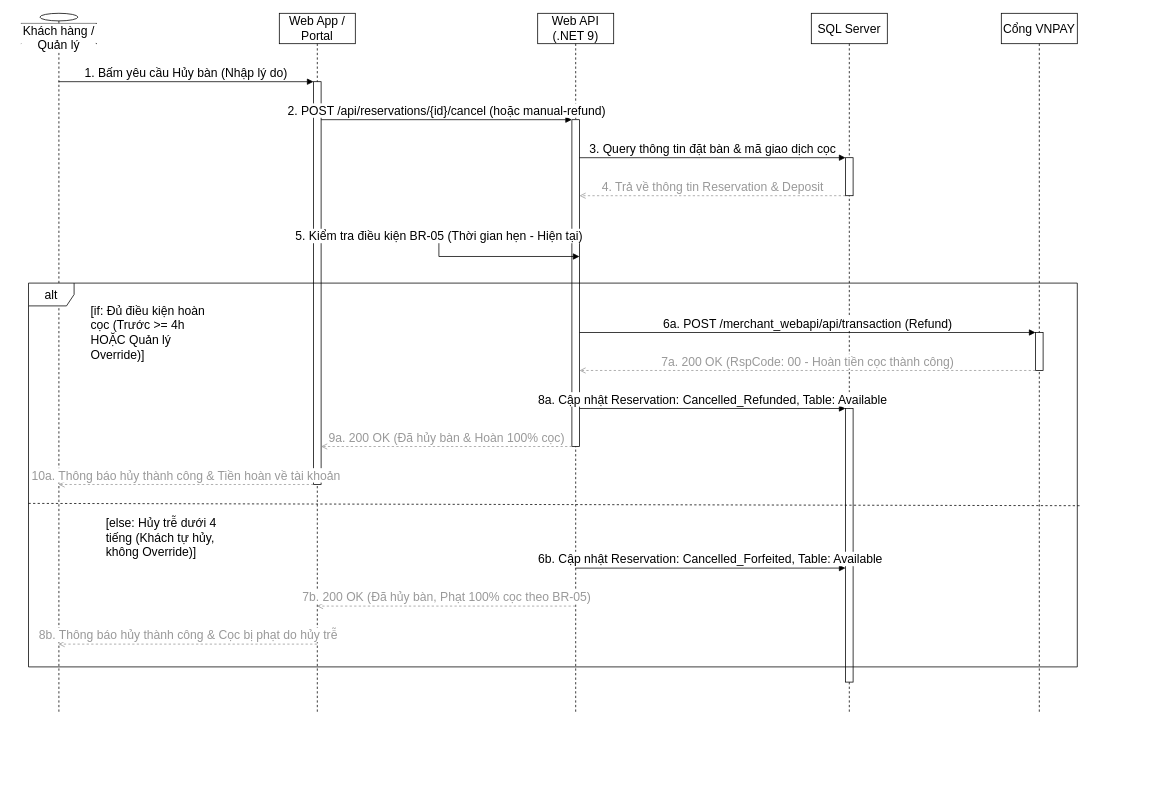
The draw.io diagram docs/phase1/drawio/sd05_cancellation_refund.drawio in AndrewQng/VinDining, before the edit. Source tidied: cells renumbered, new cells numbered last; positions are measured from the earlier drawing's top-left corner, leaving out a move shared by most shapes. Both pictures are drawn from the tidied source at 76%, with x=0, y=0 at pixel (21, 13).
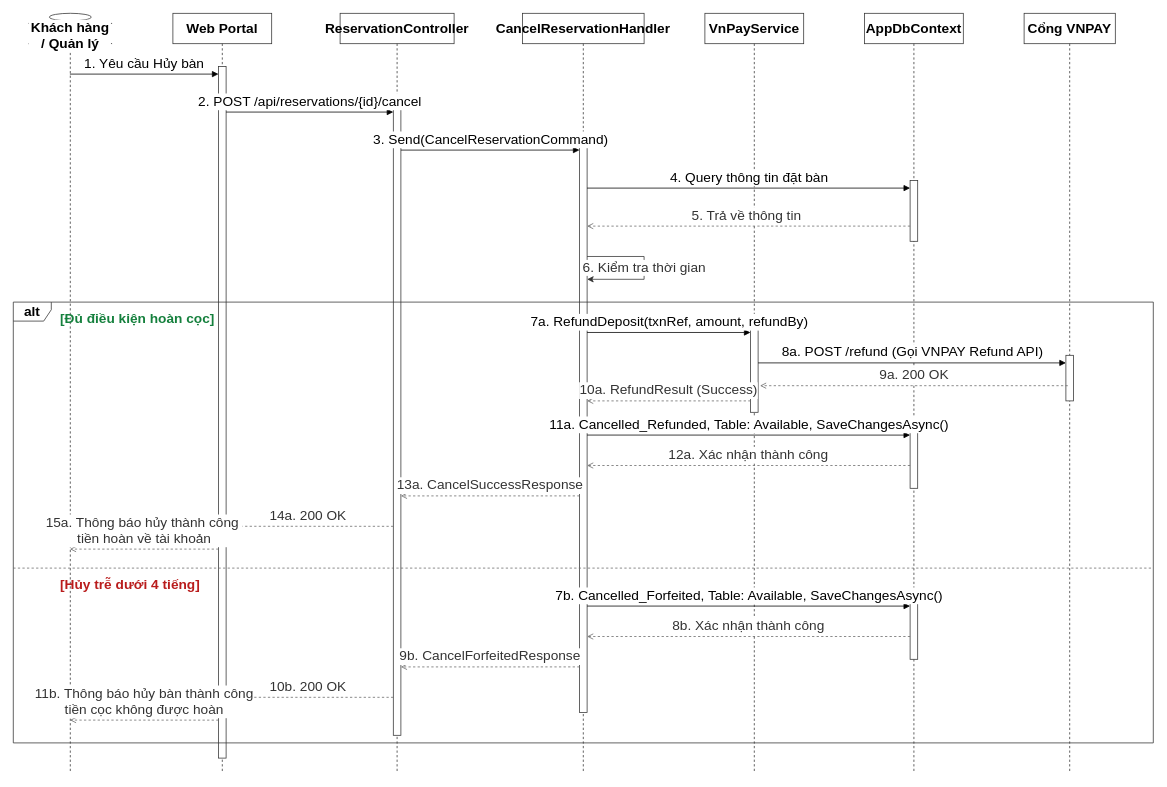
Above is the later version.

What changed in the source:
```diff
@@
-    <mxCell id="2" value="Khách hàng / Quản lý" style="shape=umlLifeline;perimeter=lifelinePerimeter;whiteSpace=wrap;html=1;outlineConnect=0;portConstraint=eastwest;size=40;participant=umlActor;verticalAlign=bottom;spacingBottom=-14;labelBackgroundColor=#ffffff;fontSize=16;" parent="1" vertex="1">
-      <mxGeometry width="100" height="920" as="geometry" />
+    <mxCell id="2" value="Khách hàng / Quản lý" style="shape=umlLifeline;perimeter=lifelinePerimeter;whiteSpace=wrap;html=1;outlineConnect=0;portConstraint=eastwest;size=40;participant=umlActor;verticalAlign=bottom;spacingBottom=-14;labelBackgroundColor=#ffffff;fontSize=18;fontStyle=1;strokeColor=#333333;" parent="1" vertex="1">
+      <mxGeometry x="10" width="110" height="1000" as="geometry" />
     </mxCell>
-    <mxCell id="3" value="Web App / Portal" style="shape=umlLifeline;perimeter=lifelinePerimeter;whiteSpace=wrap;html=1;outlineConnect=0;portConstraint=eastwest;size=40;fontSize=16;" parent="1" vertex="1">
-      <mxGeometry x="340" width="100" height="920" as="geometry" />
+    <mxCell id="3" value="Web Portal" style="shape=umlLifeline;perimeter=lifelinePerimeter;whiteSpace=wrap;html=1;outlineConnect=0;portConstraint=eastwest;size=40;fontSize=18;fontStyle=1;fillColor=#ffffff;strokeColor=#333333;" parent="1" vertex="1">
+      <mxGeometry x="200" width="130" height="1000" as="geometry" />
     </mxCell>
-    <mxCell id="4" style="html=1;points=[];perimeter=orthogonalPerimeter;outlineConnect=0;fillColor=#ffffff;fontSize=16;" parent="3" vertex="1">
-      <mxGeometry x="45" y="90" width="10" height="530" as="geometry" />
-    </mxCell>
-    <mxCell id="5" value="Web API (.NET 9)" style="shape=umlLifeline;perimeter=lifelinePerimeter;whiteSpace=wrap;html=1;outlineConnect=0;portConstraint=eastwest;size=40;fontSize=16;" parent="1" vertex="1">
-      <mxGeometry x="680" width="100" height="920" as="geometry" />
-    </mxCell>
-    <mxCell id="6" style="html=1;points=[];perimeter=orthogonalPerimeter;outlineConnect=0;fillColor=#ffffff;fontSize=16;" parent="5" vertex="1">
-      <mxGeometry x="45" y="140" width="10" height="430" as="geometry" />
-    </mxCell>
+    <mxCell id="29" style="html=1;points=[];perimeter=orthogonalPerimeter;outlineConnect=0;fillColor=#ffffff;strokeColor=#333333;fontSize=18;" parent="3" vertex="1">
+      <mxGeometry x="60" y="70" width="10" height="910" as="geometry" />
+    </mxCell>
+    <mxCell id="30" value="ReservationController" style="shape=umlLifeline;perimeter=lifelinePerimeter;whiteSpace=wrap;html=1;size=40;fontSize=18;fontStyle=1;fillColor=#ffffff;strokeColor=#333333;" parent="1" vertex="1">
+      <mxGeometry x="420" width="150" height="1000" as="geometry" />
+    </mxCell>
+    <mxCell id="31" style="html=1;points=[];perimeter=orthogonalPerimeter;outlineConnect=0;fillColor=#ffffff;strokeColor=#333333;fontSize=18;" parent="30" vertex="1">
+      <mxGeometry x="70" y="120" width="10" height="830" as="geometry" />
+    </mxCell>
+    <mxCell id="32" value="CancelReservationHandler" style="shape=umlLifeline;perimeter=lifelinePerimeter;whiteSpace=wrap;html=1;size=40;fontSize=18;fontStyle=1;fillColor=#ffffff;strokeColor=#333333;" parent="1" vertex="1">
+      <mxGeometry x="660" width="160" height="1000" as="geometry" />
+    </mxCell>
+    <mxCell id="33" style="html=1;points=[];perimeter=orthogonalPerimeter;outlineConnect=0;fillColor=#ffffff;strokeColor=#333333;fontSize=18;" parent="32" vertex="1">
+      <mxGeometry x="75" y="170" width="10" height="750" as="geometry" />
+    </mxCell>
+    <mxCell id="34" value="VnPayService" style="shape=umlLifeline;perimeter=lifelinePerimeter;whiteSpace=wrap;html=1;size=40;fontSize=18;fontStyle=1;fillColor=#ffffff;strokeColor=#333333;" parent="1" vertex="1">
+      <mxGeometry x="900" width="130" height="1000" as="geometry" />
+    </mxCell>
+    <mxCell id="35" style="html=1;points=[];perimeter=orthogonalPerimeter;outlineConnect=0;fillColor=#ffffff;strokeColor=#333333;fontSize=18;" parent="34" vertex="1">
+      <mxGeometry x="60" y="410" width="10" height="115" as="geometry" />
+    </mxCell>
-    <mxCell id="7" value="SQL Server" style="shape=umlLifeline;perimeter=lifelinePerimeter;whiteSpace=wrap;html=1;size=40;fontSize=16;" parent="1" vertex="1">
-      <mxGeometry x="1040" width="100" height="920" as="geometry" />
+    <mxCell id="7" value="AppDbContext" style="shape=umlLifeline;perimeter=lifelinePerimeter;whiteSpace=wrap;html=1;size=40;fontSize=18;fontStyle=1;fillColor=#ffffff;strokeColor=#333333;" parent="1" vertex="1">
+      <mxGeometry x="1110" width="130" height="1000" as="geometry" />
     </mxCell>
-    <mxCell id="8" style="html=1;points=[];perimeter=orthogonalPerimeter;outlineConnect=0;fillColor=#ffffff;fontSize=16;" parent="7" vertex="1">
-      <mxGeometry x="45" y="190" width="10" height="50" as="geometry" />
-    </mxCell>
-    <mxCell id="9" style="html=1;points=[];perimeter=orthogonalPerimeter;outlineConnect=0;fillColor=#ffffff;fontSize=16;" parent="7" vertex="1">
-      <mxGeometry x="45" y="520" width="10" height="360" as="geometry" />
-    </mxCell>
+    <mxCell id="36" style="html=1;points=[];perimeter=orthogonalPerimeter;outlineConnect=0;fillColor=#ffffff;strokeColor=#333333;fontSize=18;" parent="7" vertex="1">
+      <mxGeometry x="60" y="220" width="10" height="80" as="geometry" />
+    </mxCell>
+    <mxCell id="37" style="html=1;points=[];perimeter=orthogonalPerimeter;outlineConnect=0;fillColor=#ffffff;strokeColor=#333333;fontSize=18;" parent="7" vertex="1">
+      <mxGeometry x="60" y="545" width="10" height="80" as="geometry" />
+    </mxCell>
+    <mxCell id="38" style="html=1;points=[];perimeter=orthogonalPerimeter;outlineConnect=0;fillColor=#ffffff;strokeColor=#333333;fontSize=18;" parent="7" vertex="1">
+      <mxGeometry x="60" y="770" width="10" height="80" as="geometry" />
+    </mxCell>
-    <mxCell id="10" value="Cổng VNPAY" style="shape=umlLifeline;perimeter=lifelinePerimeter;whiteSpace=wrap;html=1;size=40;fontSize=16;" parent="1" vertex="1">
-      <mxGeometry x="1290" width="100" height="920" as="geometry" />
+    <mxCell id="10" value="Cổng VNPAY" style="shape=umlLifeline;perimeter=lifelinePerimeter;whiteSpace=wrap;html=1;size=40;fontSize=18;fontStyle=1;fillColor=#ffffff;strokeColor=#333333;" parent="1" vertex="1">
+      <mxGeometry x="1320" width="120" height="1000" as="geometry" />
     </mxCell>
-    <mxCell id="11" style="html=1;points=[];perimeter=orthogonalPerimeter;outlineConnect=0;fillColor=#ffffff;fontSize=16;" parent="10" vertex="1">
-      <mxGeometry x="45" y="420" width="10" height="50" as="geometry" />
-    </mxCell>
+    <mxCell id="39" style="html=1;points=[];perimeter=orthogonalPerimeter;outlineConnect=0;fillColor=#ffffff;strokeColor=#333333;fontSize=18;" parent="10" vertex="1">
+      <mxGeometry x="55" y="450" width="10" height="60" as="geometry" />
+    </mxCell>
-    <mxCell id="12" value="1. Bấm yêu cầu Hủy bàn (Nhập lý do)" style="html=1;verticalAlign=bottom;endArrow=block;curved=0;rounded=0;exitX=0.5;exitY=0.0978;entryX=0;entryY=0.0;fontSize=16;" parent="1" edge="1" source="2" target="4">
+    <mxCell id="12" value="1. Yêu cầu Hủy bàn" style="html=1;verticalAlign=bottom;endArrow=block;curved=0;rounded=0;exitX=0.5;exitY=0.0800;entryX=0;entryY=0.0110;fontSize=18;" parent="1" edge="1" source="2" target="29">
       <mxGeometry relative="1" as="geometry" />
     </mxCell>
-    <mxCell id="13" value="2. POST /api/reservations/{id}/cancel (hoặc manual-refund)" style="html=1;verticalAlign=bottom;endArrow=block;curved=0;rounded=0;exitX=1;exitY=0.0943;entryX=0;entryY=0.0;fontSize=16;" parent="1" edge="1" source="4" target="6">
+    <mxCell id="13" value="2. POST /api/reservations/{id}/cancel" style="html=1;verticalAlign=bottom;endArrow=block;curved=0;rounded=0;exitX=1;exitY=0.0659;entryX=0;entryY=0.0120;fontSize=18;" parent="1" edge="1" source="29" target="31">
       <mxGeometry relative="1" as="geometry" />
     </mxCell>
-    <mxCell id="14" value="3. Query thông tin đặt bàn &amp;amp; mã giao dịch cọc" style="html=1;verticalAlign=bottom;endArrow=block;curved=0;rounded=0;exitX=1;exitY=0.1163;entryX=0;entryY=0.0;fontSize=16;" parent="1" edge="1" source="6" target="8">
+    <mxCell id="14" value="3. Send(CancelReservationCommand)" style="html=1;verticalAlign=bottom;endArrow=block;curved=0;rounded=0;exitX=1;exitY=0.0723;entryX=0;entryY=0.0133;fontSize=18;" parent="1" edge="1" source="31" target="33">
       <mxGeometry relative="1" as="geometry" />
     </mxCell>
-    <mxCell id="15" value="4. Trả về thông tin Reservation &amp;amp; Deposit" style="html=1;verticalAlign=bottom;endArrow=open;dashed=1;curved=0;rounded=0;strokeColor=#999999;fontColor=#999999;exitX=0;exitY=1.0;entryX=1;entryY=0.2326;fontSize=16;" parent="1" edge="1" source="8" target="6">
+    <mxCell id="15" value="4. Query thông tin đặt bàn" style="html=1;verticalAlign=bottom;endArrow=block;curved=0;rounded=0;exitX=1;exitY=0.0800;entryX=0;entryY=0.1250;fontSize=18;" parent="1" edge="1" source="33" target="36">
       <mxGeometry relative="1" as="geometry" />
     </mxCell>
-    <mxCell id="16" value="5. Kiểm tra điều kiện BR-05 (Thời gian hẹn - Hiện tại)" style="html=1;verticalAlign=bottom;endArrow=block;curved=0;rounded=0;exitX=1;exitY=0.3488;entryX=1;entryY=0.4186;fontSize=16;" parent="1" edge="1" source="6" target="6">
-      <mxGeometry relative="1" as="geometry">
-        <Array as="points">
-          <mxPoint x="550" y="290" />
-          <mxPoint x="550" y="320" />
-        </Array>
-      </mxGeometry>
+    <mxCell id="16" value="5. Trả về thông tin&amp;nbsp;" style="html=1;verticalAlign=bottom;endArrow=open;dashed=1;curved=0;rounded=0;strokeColor=#666666;fontColor=#333333;exitX=0;exitY=0.7500;entryX=1;entryY=0.1467;fontSize=18;" parent="1" edge="1" source="36" target="33">
+      <mxGeometry relative="1" as="geometry" />
     </mxCell>
-    <mxCell id="17" value="[if: Đủ điều kiện hoàn cọc (Trước &amp;gt;= 4h HOẶC Quản lý Override)]" style="shape=note;whiteSpace=wrap;html=1;size=14;fillColor=none;strokeColor=none;align=left;fontSize=16;" parent="1" vertex="1">
-      <mxGeometry x="90" y="400" width="160" height="40" as="geometry" />
-    </mxCell>
-    <mxCell id="18" value="6a. POST /merchant_webapi/api/transaction (Refund)" style="html=1;verticalAlign=bottom;endArrow=block;curved=0;rounded=0;exitX=1;exitY=0.6512;entryX=0;entryY=0.0;fontSize=16;" parent="1" edge="1" source="6" target="11">
-      <mxGeometry relative="1" as="geometry" />
-    </mxCell>
-    <mxCell id="19" value="7a. 200 OK (RspCode: 00 - Hoàn tiền cọc thành công)" style="html=1;verticalAlign=bottom;endArrow=open;dashed=1;curved=0;rounded=0;strokeColor=#999999;fontColor=#999999;exitX=0;exitY=1.0;entryX=1;entryY=0.7674;fontSize=16;" parent="1" edge="1" source="11" target="6">
-      <mxGeometry relative="1" as="geometry" />
-    </mxCell>
-    <mxCell id="20" value="8a. Cập nhật Reservation: Cancelled_Refunded, Table: Available" style="html=1;verticalAlign=bottom;endArrow=block;curved=0;rounded=0;exitX=1;exitY=0.8837;entryX=0;entryY=0.0;fontSize=16;" parent="1" edge="1" source="6" target="9">
-      <mxGeometry relative="1" as="geometry" />
-    </mxCell>
-    <mxCell id="21" value="9a. 200 OK (Đã hủy bàn &amp;amp; Hoàn 100% cọc)" style="html=1;verticalAlign=bottom;endArrow=open;dashed=1;curved=0;rounded=0;strokeColor=#999999;fontColor=#999999;exitX=0;exitY=1.0;entryX=1;entryY=0.9057;fontSize=16;" parent="1" edge="1" source="6" target="4">
-      <mxGeometry relative="1" as="geometry" />
-    </mxCell>
-    <mxCell id="22" value="10a. Thông báo hủy thành công &amp;amp; Tiền hoàn về tài khoản" style="html=1;verticalAlign=bottom;endArrow=open;dashed=1;curved=0;rounded=0;strokeColor=#999999;fontColor=#999999;exitX=0;exitY=1.0;entryX=0.5;entryY=0.6739;fontSize=16;" parent="1" edge="1" source="4" target="2">
-      <mxGeometry relative="1" as="geometry" />
-    </mxCell>
-    <mxCell id="23" value="[else: Hủy trễ dưới 4 tiếng (Khách tự hủy, không Override)]" style="shape=note;whiteSpace=wrap;html=1;size=14;fillColor=none;strokeColor=none;align=left;fontSize=16;" parent="1" vertex="1">
-      <mxGeometry x="110" y="670" width="160" height="40" as="geometry" />
-    </mxCell>
-    <mxCell id="24" value="6b. Cập nhật Reservation: Cancelled_Forfeited, Table: Available" style="html=1;verticalAlign=bottom;endArrow=block;curved=0;rounded=0;exitX=0.5;exitY=0.7935;entryX=0;entryY=0.5833;fontSize=16;" parent="1" edge="1" source="5" target="9">
-      <mxGeometry relative="1" as="geometry" />
-    </mxCell>
-    <mxCell id="25" value="7b. 200 OK (Đã hủy bàn, Phạt 100% cọc theo BR-05)" style="html=1;verticalAlign=bottom;endArrow=open;dashed=1;curved=0;rounded=0;strokeColor=#999999;fontColor=#999999;exitX=0.5;exitY=0.8478;entryX=0.5;entryY=0.8478;fontSize=16;" parent="1" edge="1" source="5" target="3">
-      <mxGeometry relative="1" as="geometry" />
-    </mxCell>
-    <mxCell id="26" value="8b. Thông báo hủy thành công &amp;amp; Cọc bị phạt do hủy trễ" style="html=1;verticalAlign=bottom;endArrow=open;dashed=1;curved=0;rounded=0;strokeColor=#999999;fontColor=#999999;exitX=0.5;exitY=0.9022;entryX=0.5;entryY=0.9022;fontSize=16;" parent="1" edge="1" source="3" target="2">
-      <mxGeometry relative="1" as="geometry" />
-    </mxCell>
+    <mxCell id="40" value="6. Kiểm tra thời gian" style="edgeStyle=orthogonalEdgeStyle;curved=0;rounded=0;html=1;exitX=1;exitY=0.2000;entryX=1;entryY=0.2400;strokeColor=#333333;fontColor=#333333;fontSize=18;" parent="1" edge="1" source="33" target="33">
+      <mxGeometry relative="1" as="geometry">
+        <Array as="points">
+          <mxPoint x="820" y="320" />
+          <mxPoint x="820" y="350" />
+        </Array>
+      </mxGeometry>
+    </mxCell>
-    <mxCell id="27" value="alt" style="shape=umlFrame;whiteSpace=wrap;html=1;fontSize=16;" parent="1" vertex="1">
-      <mxGeometry x="10" y="355" width="1380" height="505" as="geometry" />
+    <mxCell id="27" value="alt" style="shape=umlFrame;whiteSpace=wrap;html=1;width=50;height=25;fontSize=18;fontStyle=1;strokeColor=#333333;" parent="1" vertex="1">
+      <mxGeometry x="-10" y="380" width="1500" height="580" as="geometry" />
     </mxCell>
-    <mxCell id="28" style="endArrow=none;dashed=1;html=1;rounded=0;exitX=0;exitY=0.574;exitDx=0;exitDy=0;exitPerimeter=0;entryX=1.004;entryY=0.58;entryDx=0;entryDy=0;entryPerimeter=0;fontSize=16;" parent="1" edge="1" source="27" target="27">
-      <mxGeometry relative="1" as="geometry" />
-    </mxCell>
+    <mxCell id="41" value="[Đủ điều kiện hoàn cọc]" style="text;whiteSpace=wrap;html=1;labelBackgroundColor=none;fontSize=18;fontStyle=1;fontColor=#15803d;" parent="1" vertex="1">
+      <mxGeometry x="50" y="385" width="410" height="25" as="geometry" />
+    </mxCell>
+    <mxCell id="42" value="7a. RefundDeposit(txnRef, amount, refundBy)" style="html=1;verticalAlign=bottom;endArrow=block;curved=0;rounded=0;exitX=1;exitY=0.3333;entryX=0;entryY=0.0870;fontSize=18;" parent="1" edge="1" source="33" target="35">
+      <mxGeometry relative="1" as="geometry" />
+    </mxCell>
+    <mxCell id="43" value="8a. POST /refund (Gọi VNPAY Refund API)" style="html=1;verticalAlign=bottom;endArrow=block;curved=0;rounded=0;exitX=1;exitY=0.4348;entryX=0;entryY=0.1667;fontSize=18;" parent="1" edge="1" source="35" target="39">
+      <mxGeometry relative="1" as="geometry" />
+    </mxCell>
+    <mxCell id="44" value="9a. 200 OK" style="html=1;verticalAlign=bottom;endArrow=open;dashed=1;curved=0;rounded=0;strokeColor=#666666;fontColor=#333333;exitX=0;exitY=0.8333;entryX=1;entryY=0.7826;fontSize=18;" parent="1" edge="1">
+      <mxGeometry relative="1" as="geometry">
+        <mxPoint x="1377.5" y="490" as="sourcePoint" />
+        <mxPoint x="972.5" y="490" as="targetPoint" />
+      </mxGeometry>
+    </mxCell>
+    <mxCell id="45" value="10a. RefundResult (Success)" style="html=1;verticalAlign=bottom;endArrow=open;dashed=1;curved=0;rounded=0;strokeColor=#666666;fontColor=#333333;exitX=0;exitY=0.9565;entryX=1;entryY=0.4667;fontSize=18;" parent="1" edge="1">
+      <mxGeometry relative="1" as="geometry">
+        <mxPoint x="960" y="510" as="sourcePoint" />
+        <mxPoint x="745" y="510" as="targetPoint" />
+      </mxGeometry>
+    </mxCell>
+    <mxCell id="46" value="11a. Cancelled_Refunded, Table: Available, SaveChangesAsync()" style="html=1;verticalAlign=bottom;endArrow=block;curved=0;rounded=0;exitX=1;exitY=0.5133;entryX=0;entryY=0.1250;fontSize=18;" parent="1" edge="1" source="33" target="37">
+      <mxGeometry relative="1" as="geometry" />
+    </mxCell>
+    <mxCell id="47" value="12a. Xác nhận thành công" style="html=1;verticalAlign=bottom;endArrow=open;dashed=1;curved=0;rounded=0;strokeColor=#666666;fontColor=#333333;exitX=0;exitY=0.6250;entryX=1;entryY=0.5667;fontSize=18;" parent="1" edge="1" source="37" target="33">
+      <mxGeometry relative="1" as="geometry" />
+    </mxCell>
+    <mxCell id="48" value="13a. CancelSuccessResponse" style="html=1;verticalAlign=bottom;endArrow=open;dashed=1;curved=0;rounded=0;strokeColor=#666666;fontColor=#333333;exitX=0;exitY=0.6200;entryX=1;entryY=0.6205;fontSize=18;" parent="1" edge="1" source="33" target="31">
+      <mxGeometry relative="1" as="geometry" />
+    </mxCell>
+    <mxCell id="49" value="14a. 200 OK&amp;nbsp;" style="html=1;verticalAlign=bottom;endArrow=open;dashed=1;curved=0;rounded=0;strokeColor=#666666;fontColor=#333333;exitX=0;exitY=0.6687;entryX=1;entryY=0.6648;fontSize=18;" parent="1" edge="1" source="31" target="29">
+      <mxGeometry relative="1" as="geometry" />
+    </mxCell>
+    <mxCell id="50" value="15a. Thông báo hủy thành công&amp;nbsp;&lt;div&gt;tiền hoàn về tài khoản&lt;/div&gt;" style="html=1;verticalAlign=bottom;endArrow=open;dashed=1;curved=0;rounded=0;strokeColor=#666666;fontColor=#333333;exitX=0;exitY=0.6978;entryX=0.5;entryY=0.7050;fontSize=18;" parent="1" edge="1" source="29" target="2">
+      <mxGeometry relative="1" as="geometry" />
+    </mxCell>
+    <mxCell id="51" style="endArrow=none;dashed=1;html=1;rounded=0;strokeWidth=1;strokeColor=#666666;fontSize=18;" parent="1" edge="1">
+      <mxGeometry relative="1" as="geometry">
+        <mxPoint x="-10" y="730" as="sourcePoint" />
+        <mxPoint x="1490" y="730" as="targetPoint" />
+      </mxGeometry>
+    </mxCell>
+    <mxCell id="52" value="[Hủy trễ dưới 4 tiếng]" style="text;whiteSpace=wrap;html=1;labelBackgroundColor=none;fontSize=18;fontStyle=1;fontColor=#b91c1c;" parent="1" vertex="1">
+      <mxGeometry x="50" y="735" width="420" height="25" as="geometry" />
+    </mxCell>
+    <mxCell id="53" value="7b. Cancelled_Forfeited, Table: Available, SaveChangesAsync()" style="html=1;verticalAlign=bottom;endArrow=block;curved=0;rounded=0;exitX=1;exitY=0.8133;entryX=0;entryY=0.1250;fontSize=18;" parent="1" edge="1" source="33" target="38">
+      <mxGeometry relative="1" as="geometry" />
+    </mxCell>
+    <mxCell id="54" value="8b. Xác nhận thành công" style="html=1;verticalAlign=bottom;endArrow=open;dashed=1;curved=0;rounded=0;strokeColor=#666666;fontColor=#333333;exitX=0;exitY=0.6250;entryX=1;entryY=0.8667;fontSize=18;" parent="1" edge="1" source="38" target="33">
+      <mxGeometry relative="1" as="geometry" />
+    </mxCell>
+    <mxCell id="55" value="9b. CancelForfeitedResponse" style="html=1;verticalAlign=bottom;endArrow=open;dashed=1;curved=0;rounded=0;strokeColor=#666666;fontColor=#333333;exitX=0;exitY=0.9200;entryX=1;entryY=0.8916;fontSize=18;" parent="1" edge="1" source="33" target="31">
+      <mxGeometry relative="1" as="geometry" />
+    </mxCell>
+    <mxCell id="56" value="10b. 200 OK&amp;nbsp;" style="html=1;verticalAlign=bottom;endArrow=open;dashed=1;curved=0;rounded=0;strokeColor=#666666;fontColor=#333333;exitX=0;exitY=0.9398;entryX=1;entryY=0.9121;fontSize=18;" parent="1" edge="1" source="31" target="29">
+      <mxGeometry relative="1" as="geometry" />
+    </mxCell>
+    <mxCell id="57" value="11b. Thông báo hủy bàn thành công&lt;div&gt;tiền cọc không được hoàn&lt;/div&gt;" style="html=1;verticalAlign=bottom;endArrow=open;dashed=1;curved=0;rounded=0;strokeColor=#666666;fontColor=#333333;exitX=0;exitY=0.9451;entryX=0.5;entryY=0.9300;fontSize=18;" parent="1" edge="1" source="29" target="2">
+      <mxGeometry relative="1" as="geometry" />
+    </mxCell>
```
